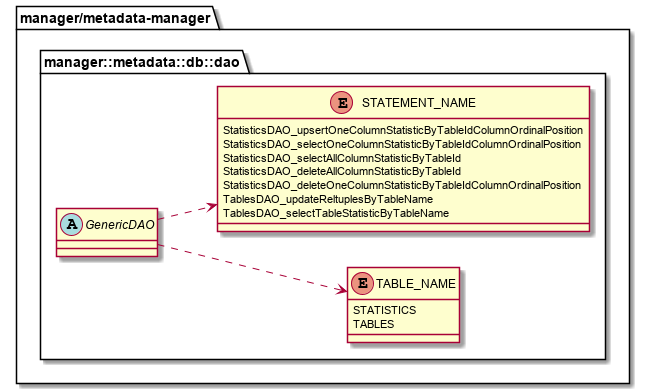
Earlier version of the PlantUML export metadata-manager/docs/statistic/02.FD/out/uml/ClassDiagram_detail/ClassDiagram_detail_dao_enum.png (project-tsurugi/metadata-manager).
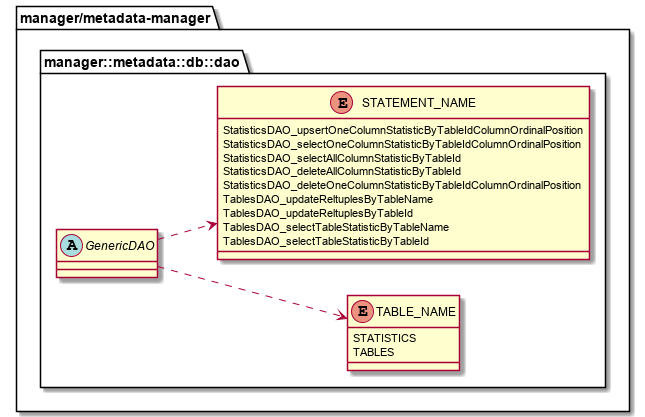
Above is the later version.

Change to the diagram source:
```diff
@@ -18,7 +18,9 @@
       StatisticsDAO_deleteAllColumnStatisticByTableId
       StatisticsDAO_deleteOneColumnStatisticByTableIdColumnOrdinalPosition
       TablesDAO_updateReltuplesByTableName
+      TablesDAO_updateReltuplesByTableId
       TablesDAO_selectTableStatisticByTableName
+      TablesDAO_selectTableStatisticByTableId
     }
 
     abstract class GenericDAO
```
